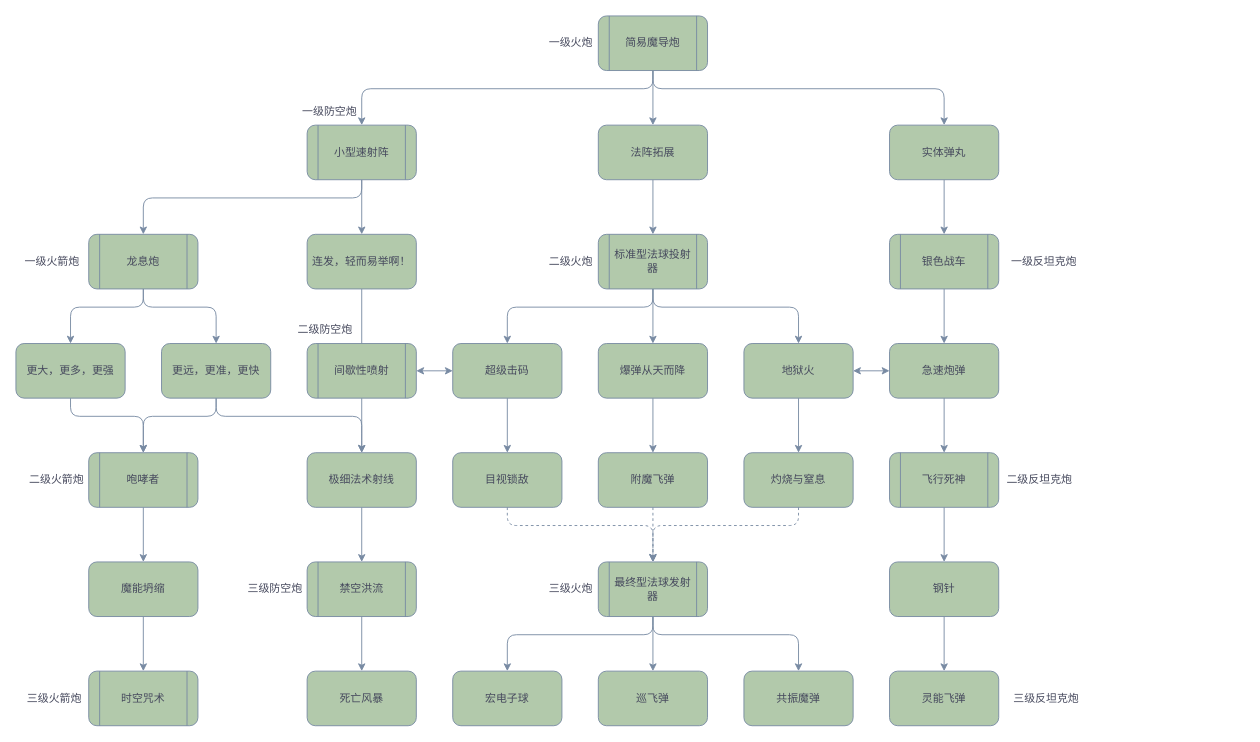
This is page "火炮" (3 of 10) of WIP/月茗/科研.drawio from 2014358312/Fantasyland-Era, a draw.io file, before an edit. Source tidied: cells renumbered, new cells numbered last; positions are measured from the earlier drawing's top-left corner, leaving out a move shared by most shapes. Both pictures are drawn from the tidied source at 91%, with x=0, y=0 at pixel (15, 15).
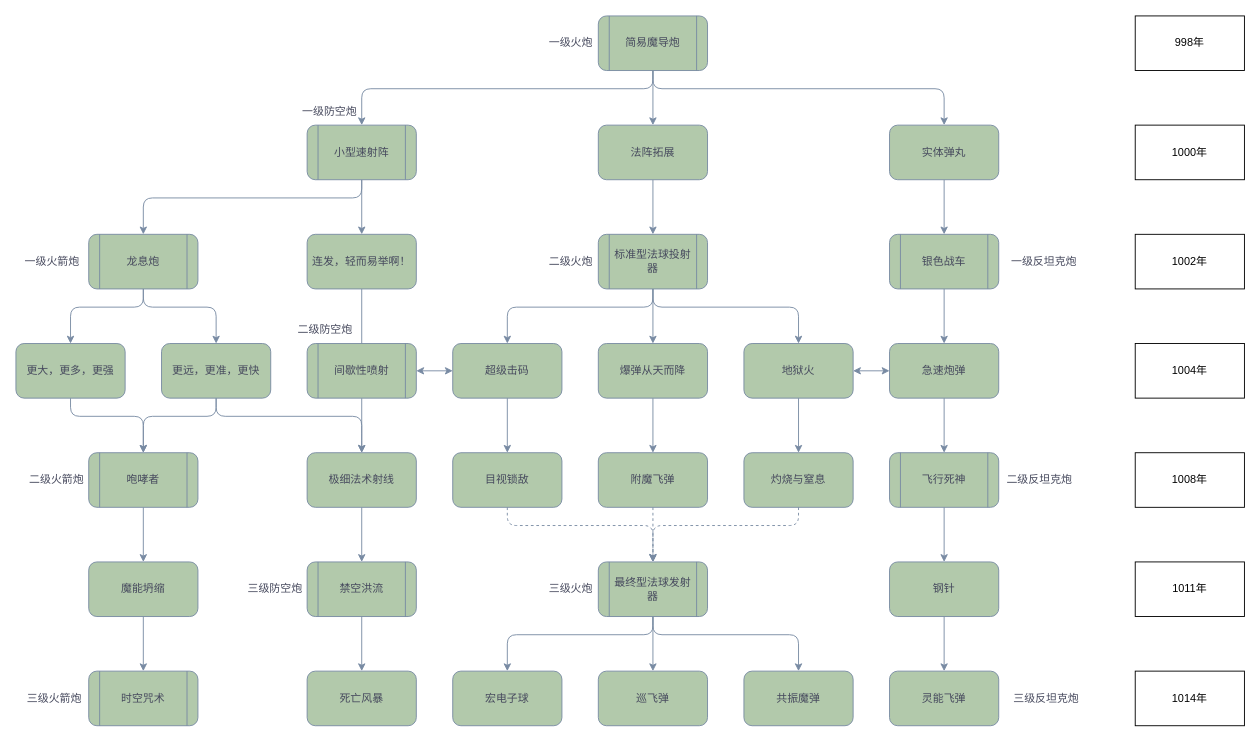
The same page after the edit.

Change to the diagram source:
```diff
@@
+    <mxCell id="81" value="998年" style="rounded=0;whiteSpace=wrap;html=1;" parent="1" vertex="1">
+      <mxGeometry x="1230" width="120" height="60" as="geometry" />
+    </mxCell>
+    <mxCell id="82" value="1000年" style="rounded=0;whiteSpace=wrap;html=1;" parent="1" vertex="1">
+      <mxGeometry x="1230" y="120" width="120" height="60" as="geometry" />
+    </mxCell>
+    <mxCell id="83" value="1002年" style="rounded=0;whiteSpace=wrap;html=1;" parent="1" vertex="1">
+      <mxGeometry x="1230" y="240" width="120" height="60" as="geometry" />
+    </mxCell>
+    <mxCell id="84" value="1004年" style="rounded=0;whiteSpace=wrap;html=1;" parent="1" vertex="1">
+      <mxGeometry x="1230" y="360" width="120" height="60" as="geometry" />
+    </mxCell>
+    <mxCell id="85" value="1008年" style="rounded=0;whiteSpace=wrap;html=1;" parent="1" vertex="1">
+      <mxGeometry x="1230" y="480" width="120" height="60" as="geometry" />
+    </mxCell>
+    <mxCell id="86" value="1011年" style="rounded=0;whiteSpace=wrap;html=1;" parent="1" vertex="1">
+      <mxGeometry x="1230" y="600" width="120" height="60" as="geometry" />
+    </mxCell>
+    <mxCell id="87" value="1014年" style="rounded=0;whiteSpace=wrap;html=1;" parent="1" vertex="1">
+      <mxGeometry x="1230" y="720" width="120" height="60" as="geometry" />
+    </mxCell>
```
